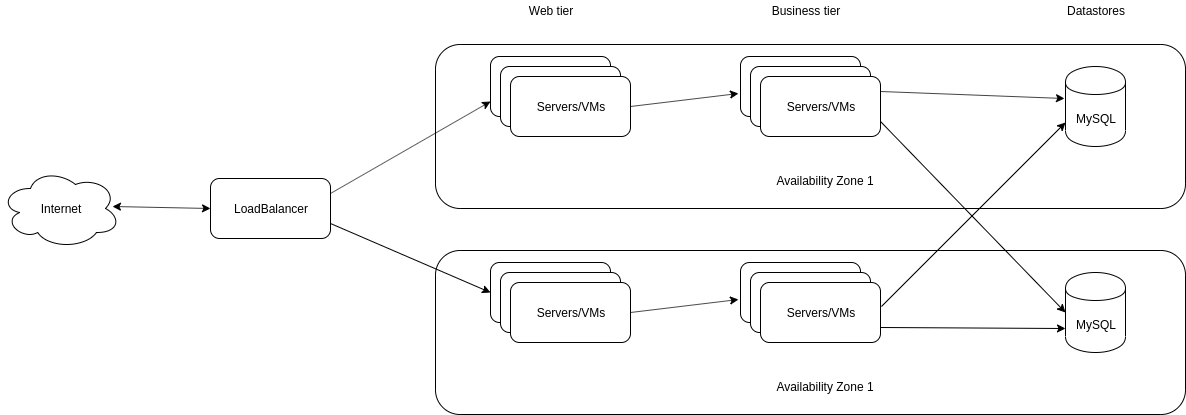
ManagedKube/kubernetes-ops keeps this draw.io diagram as docs/kubernetes-security/images/n-tier-application-architecture.png. Above is the earlier version. Source tidied: cells renumbered, new cells last; positions are measured from the earlier drawing's top-left corner, leaving out a move shared by most shapes. Source of this version:
```xml
<mxGraphModel>
  <root>
    <mxCell id="0" />
    <mxCell id="1" parent="0" />
    <mxCell id="2" style="rounded=1;whiteSpace=wrap;html=1;" parent="1" vertex="1">
      <mxGeometry x="435" y="44" width="750" height="164" as="geometry" />
    </mxCell>
    <mxCell id="3" value="Internet" style="ellipse;shape=cloud;whiteSpace=wrap;html=1;" parent="1" vertex="1">
      <mxGeometry y="168" width="120" height="80" as="geometry" />
    </mxCell>
    <mxCell id="4" value="LoadBalancer" style="rounded=1;whiteSpace=wrap;html=1;" parent="1" vertex="1">
      <mxGeometry x="210" y="178" width="120" height="60" as="geometry" />
    </mxCell>
    <mxCell id="5" value="Servers/VMs" style="rounded=1;whiteSpace=wrap;html=1;" parent="1" vertex="1">
      <mxGeometry x="490" y="56" width="120" height="60" as="geometry" />
    </mxCell>
    <mxCell id="6" value="Web tier" style="text;html=1;strokeColor=none;fillColor=none;align=center;verticalAlign=middle;whiteSpace=wrap;rounded=0;" parent="1" vertex="1">
      <mxGeometry x="510" width="80" height="20" as="geometry" />
    </mxCell>
    <mxCell id="7" value="Servers/VMs" style="rounded=1;whiteSpace=wrap;html=1;" parent="1" vertex="1">
      <mxGeometry x="500" y="66" width="120" height="60" as="geometry" />
    </mxCell>
    <mxCell id="8" value="Servers/VMs" style="rounded=1;whiteSpace=wrap;html=1;" parent="1" vertex="1">
      <mxGeometry x="510" y="76" width="120" height="60" as="geometry" />
    </mxCell>
    <mxCell id="9" value="Business tier" style="text;html=1;strokeColor=none;fillColor=none;align=center;verticalAlign=middle;whiteSpace=wrap;rounded=0;" parent="1" vertex="1">
      <mxGeometry x="760" width="90" height="20" as="geometry" />
    </mxCell>
    <mxCell id="10" value="Servers/VMs" style="rounded=1;whiteSpace=wrap;html=1;" parent="1" vertex="1">
      <mxGeometry x="740" y="56" width="120" height="60" as="geometry" />
    </mxCell>
    <mxCell id="11" value="Servers/VMs" style="rounded=1;whiteSpace=wrap;html=1;" parent="1" vertex="1">
      <mxGeometry x="750" y="66" width="120" height="60" as="geometry" />
    </mxCell>
    <mxCell id="12" value="Servers/VMs" style="rounded=1;whiteSpace=wrap;html=1;" parent="1" vertex="1">
      <mxGeometry x="760" y="76" width="120" height="60" as="geometry" />
    </mxCell>
    <mxCell id="13" value="Datastores" style="text;html=1;strokeColor=none;fillColor=none;align=center;verticalAlign=middle;whiteSpace=wrap;rounded=0;" parent="1" vertex="1">
      <mxGeometry x="1050" width="90" height="20" as="geometry" />
    </mxCell>
    <mxCell id="14" value="MySQL&lt;span style=&quot;color: rgba(0 , 0 , 0 , 0) ; font-family: &amp;#34;helvetica&amp;#34; , &amp;#34;arial&amp;#34; , sans-serif ; font-size: 0px ; white-space: nowrap&quot;&gt;%3CmxGraphModel%3E%3Croot%3E%3CmxCell%20id%3D%220%22%2F%3E%3CmxCell%20id%3D%221%22%20parent%3D%220%22%2F%3E%3CmxCell%20id%3D%222%22%20value%3D%22Business%20tier%22%20style%3D%22text%3Bhtml%3D1%3BstrokeColor%3Dnone%3BfillColor%3Dnone%3Balign%3Dcenter%3BverticalAlign%3Dmiddle%3BwhiteSpace%3Dwrap%3Brounded%3D0%3B%22%20vertex%3D%221%22%20parent%3D%221%22%3E%3CmxGeometry%20x%3D%22780%22%20y%3D%2270%22%20width%3D%2290%22%20height%3D%2220%22%20as%3D%22geometry%22%2F%3E%3C%2FmxCell%3E%3C%2Froot%3E%3C%2FmxGraphModel%3E&lt;/span&gt;" style="shape=cylinder;whiteSpace=wrap;html=1;boundedLbl=1;backgroundOutline=1;" parent="1" vertex="1">
      <mxGeometry x="1065" y="66" width="60" height="80" as="geometry" />
    </mxCell>
    <mxCell id="15" value="Availability Zone 1" style="text;html=1;strokeColor=none;fillColor=none;align=center;verticalAlign=middle;whiteSpace=wrap;rounded=0;" parent="1" vertex="1">
      <mxGeometry x="770" y="170" width="110" height="20" as="geometry" />
    </mxCell>
    <mxCell id="16" style="endArrow=classic;html=1;exitX=1;exitY=0.5;exitDx=0;exitDy=0;entryX=-0.017;entryY=0.617;entryDx=0;entryDy=0;entryPerimeter=0;" parent="1" edge="1" source="8" target="10">
      <mxGeometry relative="1" as="geometry" />
    </mxCell>
    <mxCell id="17" style="endArrow=classic;html=1;exitX=1;exitY=0.25;exitDx=0;exitDy=0;entryX=-0.017;entryY=0.4;entryDx=0;entryDy=0;entryPerimeter=0;" parent="1" edge="1" source="12" target="14">
      <mxGeometry relative="1" as="geometry" />
    </mxCell>
    <mxCell id="18" style="rounded=1;whiteSpace=wrap;html=1;" parent="1" vertex="1">
      <mxGeometry x="435" y="250" width="750" height="164" as="geometry" />
    </mxCell>
    <mxCell id="19" value="Servers/VMs" style="rounded=1;whiteSpace=wrap;html=1;" parent="1" vertex="1">
      <mxGeometry x="490" y="262" width="120" height="60" as="geometry" />
    </mxCell>
    <mxCell id="20" value="Servers/VMs" style="rounded=1;whiteSpace=wrap;html=1;" parent="1" vertex="1">
      <mxGeometry x="500" y="272" width="120" height="60" as="geometry" />
    </mxCell>
    <mxCell id="21" value="Servers/VMs" style="rounded=1;whiteSpace=wrap;html=1;" parent="1" vertex="1">
      <mxGeometry x="510" y="282" width="120" height="60" as="geometry" />
    </mxCell>
    <mxCell id="22" value="Servers/VMs" style="rounded=1;whiteSpace=wrap;html=1;" parent="1" vertex="1">
      <mxGeometry x="740" y="262" width="120" height="60" as="geometry" />
    </mxCell>
    <mxCell id="23" value="Servers/VMs" style="rounded=1;whiteSpace=wrap;html=1;" parent="1" vertex="1">
      <mxGeometry x="750" y="272" width="120" height="60" as="geometry" />
    </mxCell>
    <mxCell id="24" value="Servers/VMs" style="rounded=1;whiteSpace=wrap;html=1;" parent="1" vertex="1">
      <mxGeometry x="760" y="282" width="120" height="60" as="geometry" />
    </mxCell>
    <mxCell id="25" value="MySQL&lt;span style=&quot;color: rgba(0 , 0 , 0 , 0) ; font-family: &amp;#34;helvetica&amp;#34; , &amp;#34;arial&amp;#34; , sans-serif ; font-size: 0px ; white-space: nowrap&quot;&gt;%3CmxGraphModel%3E%3Croot%3E%3CmxCell%20id%3D%220%22%2F%3E%3CmxCell%20id%3D%221%22%20parent%3D%220%22%2F%3E%3CmxCell%20id%3D%222%22%20value%3D%22Business%20tier%22%20style%3D%22text%3Bhtml%3D1%3BstrokeColor%3Dnone%3BfillColor%3Dnone%3Balign%3Dcenter%3BverticalAlign%3Dmiddle%3BwhiteSpace%3Dwrap%3Brounded%3D0%3B%22%20vertex%3D%221%22%20parent%3D%221%22%3E%3CmxGeometry%20x%3D%22780%22%20y%3D%2270%22%20width%3D%2290%22%20height%3D%2220%22%20as%3D%22geometry%22%2F%3E%3C%2FmxCell%3E%3C%2Froot%3E%3C%2FmxGraphModel%3E&lt;/span&gt;" style="shape=cylinder;whiteSpace=wrap;html=1;boundedLbl=1;backgroundOutline=1;" parent="1" vertex="1">
      <mxGeometry x="1065" y="272" width="60" height="80" as="geometry" />
    </mxCell>
    <mxCell id="26" value="Availability Zone 1" style="text;html=1;strokeColor=none;fillColor=none;align=center;verticalAlign=middle;whiteSpace=wrap;rounded=0;" parent="1" vertex="1">
      <mxGeometry x="770" y="376" width="110" height="20" as="geometry" />
    </mxCell>
    <mxCell id="27" style="endArrow=classic;html=1;exitX=1;exitY=0.5;exitDx=0;exitDy=0;entryX=-0.017;entryY=0.617;entryDx=0;entryDy=0;entryPerimeter=0;" parent="1" edge="1" source="21" target="22">
      <mxGeometry relative="1" as="geometry" />
    </mxCell>
    <mxCell id="28" style="endArrow=classic;html=1;exitX=1;exitY=0.75;exitDx=0;exitDy=0;entryX=0;entryY=0.7;entryDx=0;entryDy=0;" parent="1" edge="1" source="24" target="25">
      <mxGeometry relative="1" as="geometry" />
    </mxCell>
    <mxCell id="29" style="endArrow=classic;html=1;exitX=1;exitY=0.75;exitDx=0;exitDy=0;entryX=0;entryY=0.5;entryDx=0;entryDy=0;" parent="1" edge="1" source="12" target="25">
      <mxGeometry relative="1" as="geometry" />
    </mxCell>
    <mxCell id="30" style="endArrow=classic;html=1;exitX=1.008;exitY=0.4;exitDx=0;exitDy=0;exitPerimeter=0;entryX=0;entryY=0.7;entryDx=0;entryDy=0;" parent="1" edge="1" source="24" target="14">
      <mxGeometry relative="1" as="geometry" />
    </mxCell>
    <mxCell id="31" style="endArrow=classic;html=1;entryX=0;entryY=0.75;entryDx=0;entryDy=0;exitX=1;exitY=0.25;exitDx=0;exitDy=0;" parent="1" edge="1" source="4" target="5">
      <mxGeometry relative="1" as="geometry" />
    </mxCell>
    <mxCell id="32" style="endArrow=classic;html=1;exitX=1;exitY=0.75;exitDx=0;exitDy=0;entryX=0;entryY=0.5;entryDx=0;entryDy=0;" parent="1" edge="1" source="4" target="19">
      <mxGeometry relative="1" as="geometry" />
    </mxCell>
    <mxCell id="33" style="endArrow=classic;startArrow=classic;html=1;exitX=0.933;exitY=0.475;exitDx=0;exitDy=0;exitPerimeter=0;entryX=0;entryY=0.5;entryDx=0;entryDy=0;" parent="1" edge="1" source="3" target="4">
      <mxGeometry relative="1" as="geometry" />
    </mxCell>
  </root>
</mxGraphModel>
```
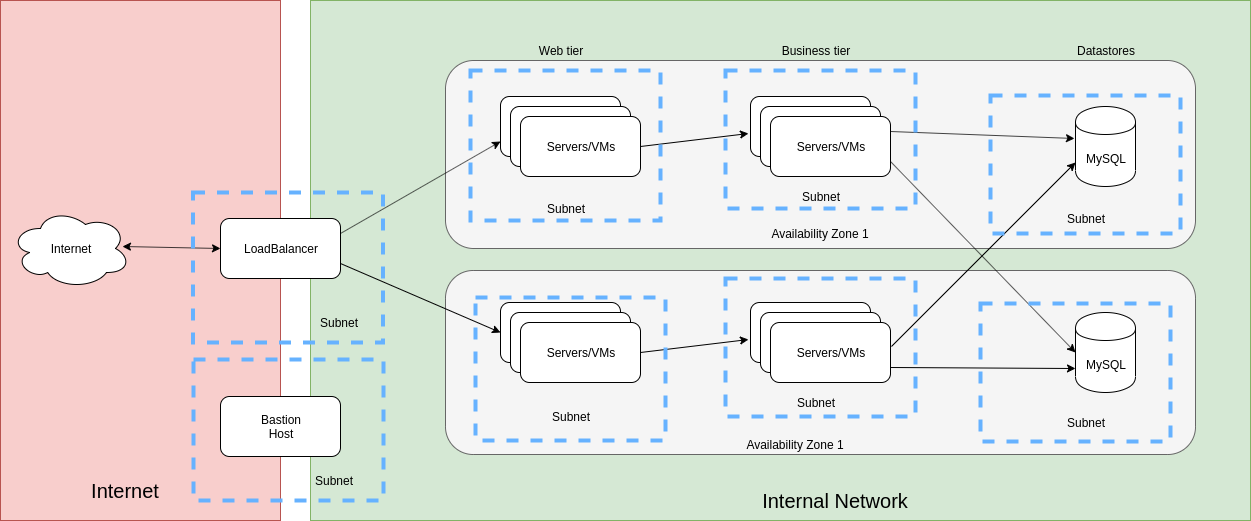
The same file after the commit.

Commit message:
Adding colors to denote sections of the diagram

What changed in the source:
```diff
@@ -2,8 +2,14 @@
   <root>
     <mxCell id="0" />
     <mxCell id="1" parent="0" />
+    <mxCell id="34" style="rounded=0;whiteSpace=wrap;html=1;fillColor=#d5e8d4;strokeColor=#82b366;" parent="1" vertex="1">
+      <mxGeometry x="300" y="-40" width="940" height="520" as="geometry" />
+    </mxCell>
+    <mxCell id="35" style="rounded=0;whiteSpace=wrap;html=1;fillColor=#f8cecc;strokeColor=#b85450;" parent="1" vertex="1">
+      <mxGeometry x="-10" y="-40" width="280" height="520" as="geometry" />
+    </mxCell>
-    <mxCell id="2" style="rounded=1;whiteSpace=wrap;html=1;" parent="1" vertex="1">
-      <mxGeometry x="435" y="44" width="750" height="164" as="geometry" />
+    <mxCell id="2" style="rounded=1;whiteSpace=wrap;html=1;fillColor=#f5f5f5;strokeColor=#666666;fontColor=#333333;" parent="1" vertex="1">
+      <mxGeometry x="435" y="20" width="750" height="188" as="geometry" />
     </mxCell>
     <mxCell id="3" value="Internet" style="ellipse;shape=cloud;whiteSpace=wrap;html=1;" parent="1" vertex="1">
       <mxGeometry y="168" width="120" height="80" as="geometry" />
@@ -42,7 +48,7 @@
       <mxGeometry x="1065" y="66" width="60" height="80" as="geometry" />
     </mxCell>
     <mxCell id="15" value="Availability Zone 1" style="text;html=1;strokeColor=none;fillColor=none;align=center;verticalAlign=middle;whiteSpace=wrap;rounded=0;" parent="1" vertex="1">
-      <mxGeometry x="770" y="170" width="110" height="20" as="geometry" />
+      <mxGeometry x="755" y="183" width="110" height="20" as="geometry" />
     </mxCell>
     <mxCell id="16" style="endArrow=classic;html=1;exitX=1;exitY=0.5;exitDx=0;exitDy=0;entryX=-0.017;entryY=0.617;entryDx=0;entryDy=0;entryPerimeter=0;" parent="1" edge="1" source="8" target="10">
       <mxGeometry relative="1" as="geometry" />
@@ -50,8 +56,8 @@
     <mxCell id="17" style="endArrow=classic;html=1;exitX=1;exitY=0.25;exitDx=0;exitDy=0;entryX=-0.017;entryY=0.4;entryDx=0;entryDy=0;entryPerimeter=0;" parent="1" edge="1" source="12" target="14">
       <mxGeometry relative="1" as="geometry" />
     </mxCell>
-    <mxCell id="18" style="rounded=1;whiteSpace=wrap;html=1;" parent="1" vertex="1">
-      <mxGeometry x="435" y="250" width="750" height="164" as="geometry" />
+    <mxCell id="18" style="rounded=1;whiteSpace=wrap;html=1;fillColor=#f5f5f5;strokeColor=#666666;fontColor=#333333;" parent="1" vertex="1">
+      <mxGeometry x="435" y="230" width="750" height="184" as="geometry" />
     </mxCell>
     <mxCell id="19" value="Servers/VMs" style="rounded=1;whiteSpace=wrap;html=1;" parent="1" vertex="1">
       <mxGeometry x="490" y="262" width="120" height="60" as="geometry" />
@@ -75,7 +81,7 @@
       <mxGeometry x="1065" y="272" width="60" height="80" as="geometry" />
     </mxCell>
     <mxCell id="26" value="Availability Zone 1" style="text;html=1;strokeColor=none;fillColor=none;align=center;verticalAlign=middle;whiteSpace=wrap;rounded=0;" parent="1" vertex="1">
-      <mxGeometry x="770" y="376" width="110" height="20" as="geometry" />
+      <mxGeometry x="730" y="394" width="110" height="20" as="geometry" />
     </mxCell>
     <mxCell id="27" style="endArrow=classic;html=1;exitX=1;exitY=0.5;exitDx=0;exitDy=0;entryX=-0.017;entryY=0.617;entryDx=0;entryDy=0;entryPerimeter=0;" parent="1" edge="1" source="21" target="22">
       <mxGeometry relative="1" as="geometry" />
@@ -98,5 +104,62 @@
     <mxCell id="33" style="endArrow=classic;startArrow=classic;html=1;exitX=0.933;exitY=0.475;exitDx=0;exitDy=0;exitPerimeter=0;entryX=0;entryY=0.5;entryDx=0;entryDy=0;" parent="1" edge="1" source="3" target="4">
       <mxGeometry relative="1" as="geometry" />
     </mxCell>
+    <mxCell id="36" value="Bastion&lt;br&gt;Host" style="rounded=1;whiteSpace=wrap;html=1;" parent="1" vertex="1">
+      <mxGeometry x="210" y="356" width="120" height="60" as="geometry" />
+    </mxCell>
+    <mxCell id="37" value="&lt;font style=&quot;font-size: 20px&quot;&gt;Internet&lt;/font&gt;" style="text;html=1;strokeColor=none;fillColor=none;align=center;verticalAlign=middle;whiteSpace=wrap;rounded=0;" parent="1" vertex="1">
+      <mxGeometry x="30" y="440" width="170" height="20" as="geometry" />
+    </mxCell>
+    <mxCell id="38" value="&lt;font style=&quot;font-size: 20px&quot;&gt;Internal Network&lt;/font&gt;" style="text;html=1;strokeColor=none;fillColor=none;align=center;verticalAlign=middle;whiteSpace=wrap;rounded=0;" parent="1" vertex="1">
+      <mxGeometry x="740" y="450" width="170" height="20" as="geometry" />
+    </mxCell>
+    <mxCell id="39" style="rounded=0;whiteSpace=wrap;html=1;dashed=1;fillColor=none;strokeWidth=4;strokeColor=#66B2FF;" parent="1" vertex="1">
+      <mxGeometry x="460" y="30" width="190" height="150" as="geometry" />
+    </mxCell>
+    <mxCell id="40" value="Subnet" style="text;html=1;strokeColor=none;fillColor=none;align=center;verticalAlign=middle;whiteSpace=wrap;rounded=0;dashed=1;" parent="1" vertex="1">
+      <mxGeometry x="510" y="158" width="90" height="20" as="geometry" />
+    </mxCell>
+    <mxCell id="41" style="rounded=0;whiteSpace=wrap;html=1;dashed=1;fillColor=none;strokeWidth=4;strokeColor=#66B2FF;" parent="1" vertex="1">
+      <mxGeometry x="465" y="257" width="190" height="143" as="geometry" />
+    </mxCell>
+    <mxCell id="42" value="Subnet" style="text;html=1;strokeColor=none;fillColor=none;align=center;verticalAlign=middle;whiteSpace=wrap;rounded=0;dashed=1;" parent="1" vertex="1">
+      <mxGeometry x="515" y="366" width="90" height="20" as="geometry" />
+    </mxCell>
+    <mxCell id="43" style="rounded=0;whiteSpace=wrap;html=1;dashed=1;fillColor=none;strokeWidth=4;strokeColor=#66B2FF;" parent="1" vertex="1">
+      <mxGeometry x="715" y="30" width="190" height="138" as="geometry" />
+    </mxCell>
+    <mxCell id="44" style="rounded=0;whiteSpace=wrap;html=1;dashed=1;fillColor=none;strokeWidth=4;strokeColor=#66B2FF;" parent="1" vertex="1">
+      <mxGeometry x="715" y="238" width="190" height="138" as="geometry" />
+    </mxCell>
+    <mxCell id="45" style="rounded=0;whiteSpace=wrap;html=1;dashed=1;fillColor=none;strokeWidth=4;strokeColor=#66B2FF;" parent="1" vertex="1">
+      <mxGeometry x="980" y="55" width="190" height="138" as="geometry" />
+    </mxCell>
+    <mxCell id="46" style="rounded=0;whiteSpace=wrap;html=1;dashed=1;fillColor=none;strokeWidth=4;strokeColor=#66B2FF;" parent="1" vertex="1">
+      <mxGeometry x="970" y="263" width="190" height="138" as="geometry" />
+    </mxCell>
+    <mxCell id="47" value="Subnet" style="text;html=1;strokeColor=none;fillColor=none;align=center;verticalAlign=middle;whiteSpace=wrap;rounded=0;dashed=1;" parent="1" vertex="1">
+      <mxGeometry x="765" y="146" width="90" height="20" as="geometry" />
+    </mxCell>
+    <mxCell id="48" value="Subnet" style="text;html=1;strokeColor=none;fillColor=none;align=center;verticalAlign=middle;whiteSpace=wrap;rounded=0;dashed=1;" parent="1" vertex="1">
+      <mxGeometry x="760" y="352" width="90" height="20" as="geometry" />
+    </mxCell>
+    <mxCell id="49" value="Subnet" style="text;html=1;strokeColor=none;fillColor=none;align=center;verticalAlign=middle;whiteSpace=wrap;rounded=0;dashed=1;" parent="1" vertex="1">
+      <mxGeometry x="1030" y="168" width="90" height="20" as="geometry" />
+    </mxCell>
+    <mxCell id="50" value="Subnet" style="text;html=1;strokeColor=none;fillColor=none;align=center;verticalAlign=middle;whiteSpace=wrap;rounded=0;dashed=1;" parent="1" vertex="1">
+      <mxGeometry x="1030" y="372" width="90" height="20" as="geometry" />
+    </mxCell>
+    <mxCell id="51" style="rounded=0;whiteSpace=wrap;html=1;dashed=1;fillColor=none;strokeWidth=4;strokeColor=#66B2FF;" parent="1" vertex="1">
+      <mxGeometry x="182.5" y="152" width="190" height="150" as="geometry" />
+    </mxCell>
+    <mxCell id="52" style="rounded=0;whiteSpace=wrap;html=1;dashed=1;fillColor=none;strokeWidth=4;strokeColor=#66B2FF;" parent="1" vertex="1">
+      <mxGeometry x="183" y="319" width="190" height="141" as="geometry" />
+    </mxCell>
+    <mxCell id="53" value="Subnet" style="text;html=1;strokeColor=none;fillColor=none;align=center;verticalAlign=middle;whiteSpace=wrap;rounded=0;dashed=1;" parent="1" vertex="1">
+      <mxGeometry x="277.5" y="430" width="90" height="20" as="geometry" />
+    </mxCell>
+    <mxCell id="54" value="Subnet" style="text;html=1;strokeColor=none;fillColor=none;align=center;verticalAlign=middle;whiteSpace=wrap;rounded=0;dashed=1;" parent="1" vertex="1">
+      <mxGeometry x="282.5" y="272" width="90" height="20" as="geometry" />
+    </mxCell>
   </root>
 </mxGraphModel>
```
